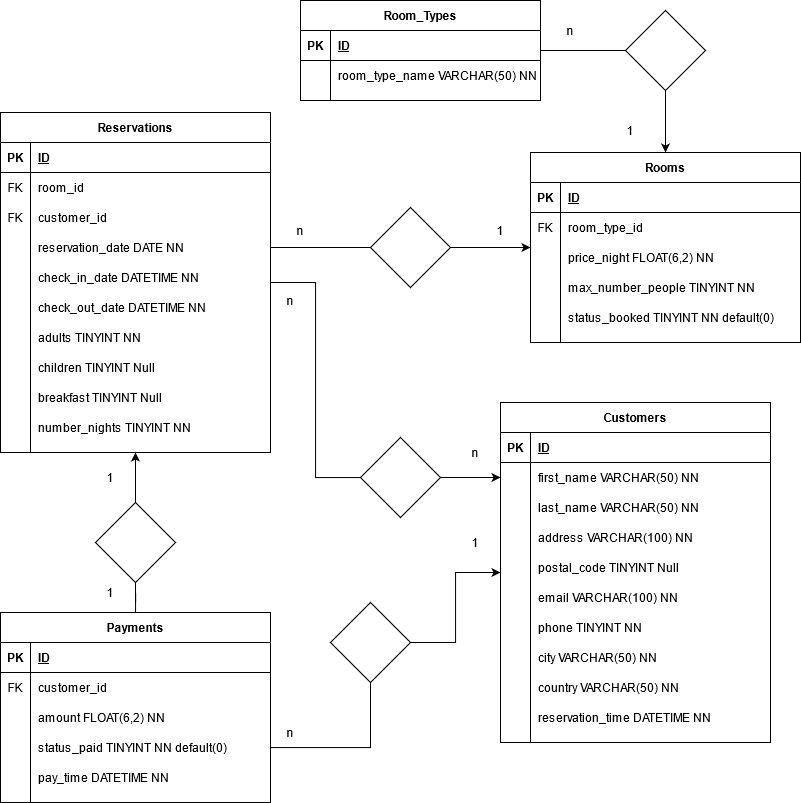
Earlier version of the draw.io export hotels_DB.png (MattiaPolli93/db-hotel). Source tidied: cells renumbered, new cells last; positions are measured from the earlier drawing's top-left corner, leaving out a move shared by most shapes.
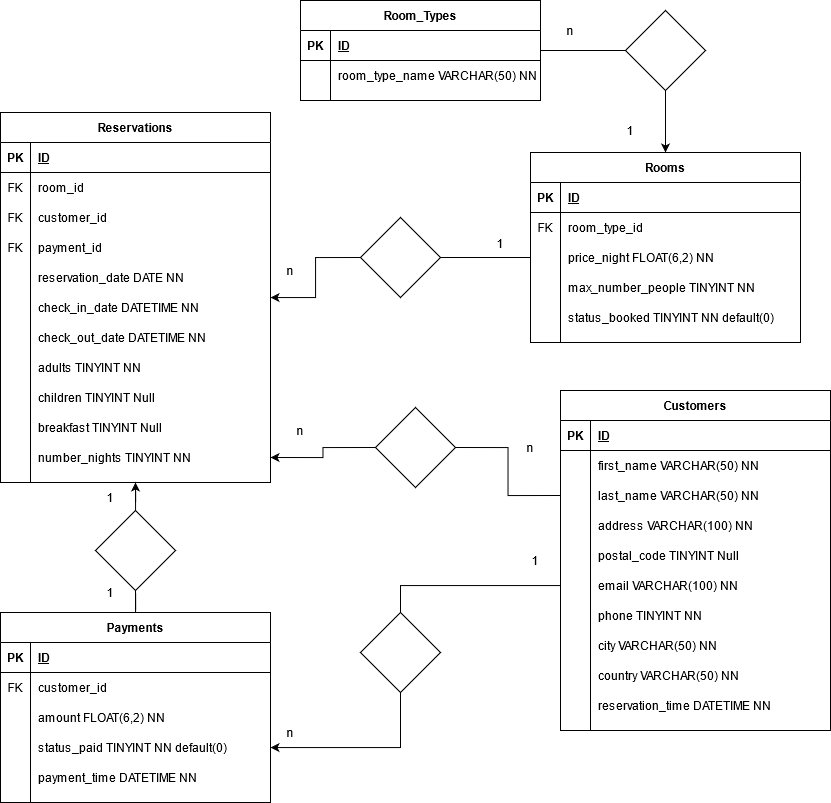
The same diagram one commit later.

What changed in the source:
```diff
@@ -86,11 +86,8 @@
     <mxCell id="29" value="n" style="text;html=1;strokeColor=none;fillColor=none;align=center;verticalAlign=middle;whiteSpace=wrap;rounded=0;" parent="1" vertex="1">
       <mxGeometry x="550" y="20" width="40" height="20" as="geometry" />
     </mxCell>
-    <mxCell id="30" style="edgeStyle=orthogonalEdgeStyle;rounded=0;jettySize=auto;html=1;startArrow=none;entryX=0;entryY=0.5;entryDx=0;entryDy=0;" parent="1" edge="1" source="114" target="68">
-      <mxGeometry relative="1" as="geometry" />
-    </mxCell>
     <mxCell id="31" value="Reservations" style="shape=table;startSize=30;rowLines=0;fontStyle=1;align=center;" parent="1" vertex="1">
-      <mxGeometry y="112" width="270" height="340" as="geometry" />
+      <mxGeometry y="112" width="270" height="370" as="geometry" />
     </mxCell>
     <mxCell id="32" style="shape=partialRectangle;fillColor=none;top=0;left=0;bottom=1;right=0;" parent="31" vertex="1">
       <mxGeometry y="30" width="270" height="30" as="geometry" />
@@ -119,8 +116,17 @@
     <mxCell id="40" value="customer_id" style="shape=partialRectangle;fillColor=none;top=0;left=0;bottom=0;right=0;align=left;spacingLeft=6;fontStyle=0;overflow=hidden;" parent="38" vertex="1">
       <mxGeometry x="30" width="240" height="30" as="geometry" />
     </mxCell>
+    <mxCell id="128" style="shape=partialRectangle;fillColor=none;top=0;left=0;bottom=0;right=0;" parent="31" vertex="1">
+      <mxGeometry y="120" width="270" height="30" as="geometry" />
+    </mxCell>
+    <mxCell id="129" value="FK" style="shape=partialRectangle;fillColor=none;top=0;left=0;bottom=0;right=0;fontStyle=0;overflow=hidden;" parent="128" vertex="1">
+      <mxGeometry width="30" height="30" as="geometry" />
+    </mxCell>
+    <mxCell id="130" value="payment_id" style="shape=partialRectangle;fillColor=none;top=0;left=0;bottom=0;right=0;align=left;spacingLeft=6;fontStyle=0;overflow=hidden;" parent="128" vertex="1">
+      <mxGeometry x="30" width="240" height="30" as="geometry" />
+    </mxCell>
     <mxCell id="41" style="shape=partialRectangle;fillColor=none;top=0;left=0;bottom=0;right=0;points=[[0,0.5],[1,0.5]];portConstraint=eastwest;" parent="31" vertex="1">
-      <mxGeometry y="120" width="270" height="30" as="geometry" />
+      <mxGeometry y="150" width="270" height="30" as="geometry" />
     </mxCell>
     <mxCell id="42" style="shape=partialRectangle;fillColor=none;top=0;left=0;bottom=0;right=0;overflow=hidden;" parent="41" vertex="1">
       <mxGeometry width="30" height="30" as="geometry" />
@@ -129,7 +135,7 @@
       <mxGeometry x="30" width="240" height="30" as="geometry" />
     </mxCell>
     <mxCell id="44" style="shape=partialRectangle;fillColor=none;top=0;left=0;bottom=0;right=0;" parent="31" vertex="1">
-      <mxGeometry y="150" width="270" height="30" as="geometry" />
+      <mxGeometry y="180" width="270" height="30" as="geometry" />
     </mxCell>
     <mxCell id="45" style="shape=partialRectangle;fillColor=none;top=0;left=0;bottom=0;right=0;overflow=hidden;" parent="44" vertex="1">
       <mxGeometry width="30" height="30" as="geometry" />
@@ -138,7 +144,7 @@
       <mxGeometry x="30" width="240" height="30" as="geometry" />
     </mxCell>
     <mxCell id="47" style="shape=partialRectangle;fillColor=none;top=0;left=0;bottom=0;right=0;" parent="31" vertex="1">
-      <mxGeometry y="180" width="270" height="30" as="geometry" />
+      <mxGeometry y="210" width="270" height="30" as="geometry" />
     </mxCell>
     <mxCell id="48" style="shape=partialRectangle;fillColor=none;top=0;left=0;bottom=0;right=0;overflow=hidden;" parent="47" vertex="1">
       <mxGeometry width="30" height="30" as="geometry" />
@@ -147,7 +153,7 @@
       <mxGeometry x="30" width="240" height="30" as="geometry" />
     </mxCell>
     <mxCell id="50" style="shape=partialRectangle;fillColor=none;top=0;left=0;bottom=0;right=0;" parent="31" vertex="1">
-      <mxGeometry y="210" width="270" height="30" as="geometry" />
+      <mxGeometry y="240" width="270" height="30" as="geometry" />
     </mxCell>
     <mxCell id="51" style="shape=partialRectangle;fillColor=none;top=0;left=0;bottom=0;right=0;overflow=hidden;" parent="50" vertex="1">
       <mxGeometry width="30" height="30" as="geometry" />
@@ -156,7 +162,7 @@
       <mxGeometry x="30" width="240" height="30" as="geometry" />
     </mxCell>
     <mxCell id="53" style="shape=partialRectangle;fillColor=none;top=0;left=0;bottom=0;right=0;" parent="31" vertex="1">
-      <mxGeometry y="240" width="270" height="30" as="geometry" />
+      <mxGeometry y="270" width="270" height="30" as="geometry" />
     </mxCell>
     <mxCell id="54" style="shape=partialRectangle;fillColor=none;top=0;left=0;bottom=0;right=0;overflow=hidden;" parent="53" vertex="1">
       <mxGeometry width="30" height="30" as="geometry" />
@@ -165,7 +171,7 @@
       <mxGeometry x="30" width="240" height="30" as="geometry" />
     </mxCell>
     <mxCell id="56" style="shape=partialRectangle;fillColor=none;top=0;left=0;bottom=0;right=0;" parent="31" vertex="1">
-      <mxGeometry y="270" width="270" height="30" as="geometry" />
+      <mxGeometry y="300" width="270" height="30" as="geometry" />
     </mxCell>
     <mxCell id="57" style="shape=partialRectangle;fillColor=none;top=0;left=0;bottom=0;right=0;overflow=hidden;" parent="56" vertex="1">
       <mxGeometry width="30" height="30" as="geometry" />
@@ -174,7 +180,7 @@
       <mxGeometry x="30" width="240" height="30" as="geometry" />
     </mxCell>
     <mxCell id="59" style="shape=partialRectangle;fillColor=none;top=0;left=0;bottom=0;right=0;points=[[0,0.5],[1,0.5]];portConstraint=eastwest;" parent="31" vertex="1">
-      <mxGeometry y="300" width="270" height="30" as="geometry" />
+      <mxGeometry y="330" width="270" height="30" as="geometry" />
     </mxCell>
     <mxCell id="60" style="shape=partialRectangle;fillColor=none;top=0;left=0;bottom=0;right=0;overflow=hidden;" parent="59" vertex="1">
       <mxGeometry width="30" height="30" as="geometry" />
@@ -183,13 +189,13 @@
       <mxGeometry x="30" width="240" height="30" as="geometry" />
     </mxCell>
     <mxCell id="62" value="1" style="text;html=1;strokeColor=none;fillColor=none;align=center;verticalAlign=middle;whiteSpace=wrap;rounded=0;" parent="1" vertex="1">
-      <mxGeometry x="480" y="220" width="40" height="20" as="geometry" />
+      <mxGeometry x="480" y="233" width="40" height="20" as="geometry" />
     </mxCell>
     <mxCell id="63" value="n" style="text;html=1;strokeColor=none;fillColor=none;align=center;verticalAlign=middle;whiteSpace=wrap;rounded=0;" parent="1" vertex="1">
-      <mxGeometry x="280" y="220" width="40" height="20" as="geometry" />
+      <mxGeometry x="270" y="260" width="40" height="20" as="geometry" />
     </mxCell>
     <mxCell id="64" value="Customers" style="shape=table;startSize=30;rowLines=0;fontStyle=1;align=center;" parent="1" vertex="1">
-      <mxGeometry x="500" y="402" width="270" height="340" as="geometry" />
+      <mxGeometry x="560" y="390" width="270" height="340" as="geometry" />
     </mxCell>
     <mxCell id="65" style="shape=partialRectangle;fillColor=none;top=0;left=0;bottom=1;right=0;" parent="64" vertex="1">
       <mxGeometry y="30" width="270" height="30" as="geometry" />
@@ -282,7 +288,7 @@
       <mxGeometry x="30" width="240" height="30" as="geometry" />
     </mxCell>
     <mxCell id="95" value="n" style="text;html=1;strokeColor=none;fillColor=none;align=center;verticalAlign=middle;whiteSpace=wrap;rounded=0;" parent="1" vertex="1">
-      <mxGeometry x="455" y="442" width="40" height="20" as="geometry" />
+      <mxGeometry x="510" y="437" width="40" height="20" as="geometry" />
     </mxCell>
     <mxCell id="96" style="edgeStyle=orthogonalEdgeStyle;rounded=0;jettySize=auto;html=1;entryX=0.5;entryY=1;entryDx=0;entryDy=0;startArrow=none;" parent="1" edge="1" source="116" target="31">
       <mxGeometry relative="1" as="geometry" />
@@ -332,53 +338,56 @@
     <mxCell id="111" style="shape=partialRectangle;fillColor=none;top=0;left=0;bottom=0;right=0;overflow=hidden;" parent="110" vertex="1">
       <mxGeometry width="30" height="30" as="geometry" />
     </mxCell>
-    <mxCell id="112" value="pay_time DATETIME NN" style="shape=partialRectangle;fillColor=none;top=0;left=0;bottom=0;right=0;align=left;spacingLeft=6;overflow=hidden;" parent="110" vertex="1">
+    <mxCell id="112" value="payment_time DATETIME NN" style="shape=partialRectangle;fillColor=none;top=0;left=0;bottom=0;right=0;align=left;spacingLeft=6;overflow=hidden;" parent="110" vertex="1">
       <mxGeometry x="30" width="240" height="30" as="geometry" />
     </mxCell>
     <mxCell id="113" value="n" style="text;html=1;strokeColor=none;fillColor=none;align=center;verticalAlign=middle;whiteSpace=wrap;rounded=0;" parent="1" vertex="1">
-      <mxGeometry x="270" y="290" width="40" height="20" as="geometry" />
+      <mxGeometry x="280" y="420" width="40" height="20" as="geometry" />
     </mxCell>
-    <mxCell id="114" style="rhombus;whiteSpace=wrap;html=1;" parent="1" vertex="1">
-      <mxGeometry x="360" y="437" width="80" height="80" as="geometry" />
-    </mxCell>
-    <mxCell id="115" style="edgeStyle=orthogonalEdgeStyle;rounded=0;jettySize=auto;html=1;endArrow=none;" parent="1" edge="1" source="31" target="114">
-      <mxGeometry relative="1" as="geometry" />
-    </mxCell>
     <mxCell id="116" style="rhombus;whiteSpace=wrap;html=1;" parent="1" vertex="1">
-      <mxGeometry x="95" y="502" width="80" height="80" as="geometry" />
+      <mxGeometry x="95" y="510" width="80" height="80" as="geometry" />
     </mxCell>
     <mxCell id="117" style="edgeStyle=orthogonalEdgeStyle;rounded=0;jettySize=auto;html=1;entryX=0.5;entryY=1;entryDx=0;entryDy=0;endArrow=none;" parent="1" edge="1" source="97" target="116">
       <mxGeometry relative="1" as="geometry" />
     </mxCell>
     <mxCell id="118" value="1" style="text;html=1;strokeColor=none;fillColor=none;align=center;verticalAlign=middle;whiteSpace=wrap;rounded=0;" parent="1" vertex="1">
-      <mxGeometry x="90" y="467" width="40" height="20" as="geometry" />
+      <mxGeometry x="90" y="487" width="40" height="20" as="geometry" />
     </mxCell>
     <mxCell id="119" value="1" style="text;html=1;strokeColor=none;fillColor=none;align=center;verticalAlign=middle;whiteSpace=wrap;rounded=0;" parent="1" vertex="1">
       <mxGeometry x="90" y="582" width="40" height="20" as="geometry" />
     </mxCell>
-    <mxCell id="120" style="edgeStyle=orthogonalEdgeStyle;rounded=0;jettySize=auto;html=1;startArrow=none;" parent="1" edge="1" source="121" target="64">
-      <mxGeometry relative="1" as="geometry" />
-    </mxCell>
-    <mxCell id="121" style="rhombus;whiteSpace=wrap;html=1;" parent="1" vertex="1">
-      <mxGeometry x="330" y="602" width="80" height="80" as="geometry" />
-    </mxCell>
-    <mxCell id="122" style="edgeStyle=orthogonalEdgeStyle;rounded=0;jettySize=auto;html=1;endArrow=none;" parent="1" edge="1" source="107" target="121">
-      <mxGeometry relative="1" as="geometry" />
-    </mxCell>
     <mxCell id="123" value="1" style="text;html=1;strokeColor=none;fillColor=none;align=center;verticalAlign=middle;whiteSpace=wrap;rounded=0;" parent="1" vertex="1">
-      <mxGeometry x="455" y="532" width="40" height="20" as="geometry" />
+      <mxGeometry x="515" y="550" width="40" height="20" as="geometry" />
     </mxCell>
     <mxCell id="124" value="n" style="text;html=1;strokeColor=none;fillColor=none;align=center;verticalAlign=middle;whiteSpace=wrap;rounded=0;" parent="1" vertex="1">
       <mxGeometry x="270" y="722" width="40" height="20" as="geometry" />
     </mxCell>
-    <mxCell id="125" style="edgeStyle=orthogonalEdgeStyle;rounded=0;jettySize=auto;html=1;exitX=1;exitY=0.5;exitDx=0;exitDy=0;startArrow=none;" parent="1" edge="1" source="126" target="2">
-      <mxGeometry relative="1" as="geometry" />
-    </mxCell>
-    <mxCell id="126" style="rhombus;whiteSpace=wrap;html=1;" parent="1" vertex="1">
-      <mxGeometry x="370" y="207" width="80" height="80" as="geometry" />
-    </mxCell>
-    <mxCell id="127" style="edgeStyle=orthogonalEdgeStyle;rounded=0;jettySize=auto;html=1;exitX=1;exitY=0.5;exitDx=0;exitDy=0;endArrow=none;" parent="1" edge="1" source="41" target="126">
-      <mxGeometry relative="1" as="geometry" />
-    </mxCell>
+    <mxCell id="131" style="edgeStyle=orthogonalEdgeStyle;rounded=0;jettySize=auto;html=1;exitX=0;exitY=0.5;exitDx=0;exitDy=0;startArrow=none;" parent="1" edge="1" source="132" target="31">
+      <mxGeometry relative="1" as="geometry" />
+    </mxCell>
+    <mxCell id="132" style="rhombus;whiteSpace=wrap;html=1;" parent="1" vertex="1">
+      <mxGeometry x="360" y="217" width="80" height="80" as="geometry" />
+    </mxCell>
+    <mxCell id="133" style="edgeStyle=orthogonalEdgeStyle;rounded=0;jettySize=auto;html=1;exitX=0;exitY=0.5;exitDx=0;exitDy=0;endArrow=none;" parent="1" edge="1" source="9" target="132">
+      <mxGeometry relative="1" as="geometry" />
+    </mxCell>
+    <mxCell id="134" style="edgeStyle=orthogonalEdgeStyle;rounded=0;jettySize=auto;html=1;exitX=0;exitY=0.5;exitDx=0;exitDy=0;entryX=1;entryY=0.5;entryDx=0;entryDy=0;startArrow=none;" parent="1" edge="1" source="135" target="59">
+      <mxGeometry relative="1" as="geometry" />
+    </mxCell>
+    <mxCell id="135" style="rhombus;whiteSpace=wrap;html=1;" parent="1" vertex="1">
+      <mxGeometry x="375" y="407" width="80" height="80" as="geometry" />
+    </mxCell>
+    <mxCell id="136" style="edgeStyle=orthogonalEdgeStyle;rounded=0;jettySize=auto;html=1;exitX=0;exitY=0.5;exitDx=0;exitDy=0;entryX=1;entryY=0.5;entryDx=0;entryDy=0;endArrow=none;" parent="1" edge="1" source="71" target="135">
+      <mxGeometry relative="1" as="geometry" />
+    </mxCell>
+    <mxCell id="137" style="edgeStyle=orthogonalEdgeStyle;rounded=0;jettySize=auto;html=1;startArrow=none;" parent="1" edge="1" source="121" target="107">
+      <mxGeometry relative="1" as="geometry" />
+    </mxCell>
+    <mxCell id="121" style="rhombus;whiteSpace=wrap;html=1;" parent="1" vertex="1">
+      <mxGeometry x="360" y="612" width="80" height="80" as="geometry" />
+    </mxCell>
+    <mxCell id="138" style="edgeStyle=orthogonalEdgeStyle;rounded=0;jettySize=auto;html=1;endArrow=none;" parent="1" edge="1" source="80" target="121">
+      <mxGeometry relative="1" as="geometry" />
+    </mxCell>
   </root>
 </mxGraphModel>
```
